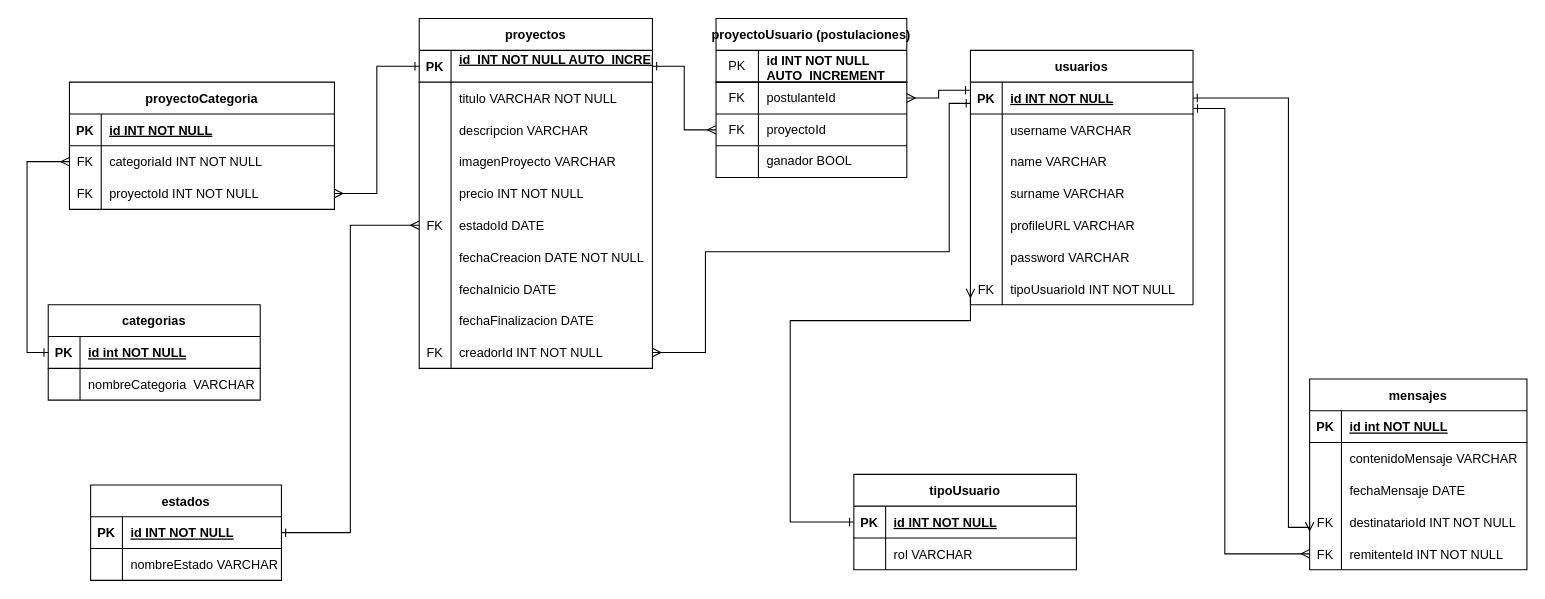
Earlier version of the draw.io diagram docs/Diagrama_ER.drawio (0122CDFSNCN06LAED/grupo-05). Source tidied: cells renumbered, new cells numbered last; positions are measured from the earlier drawing's top-left corner, leaving out a move shared by most shapes. Both pictures are drawn from the tidied source at 106%, with x=0, y=0 at pixel (48, 18).
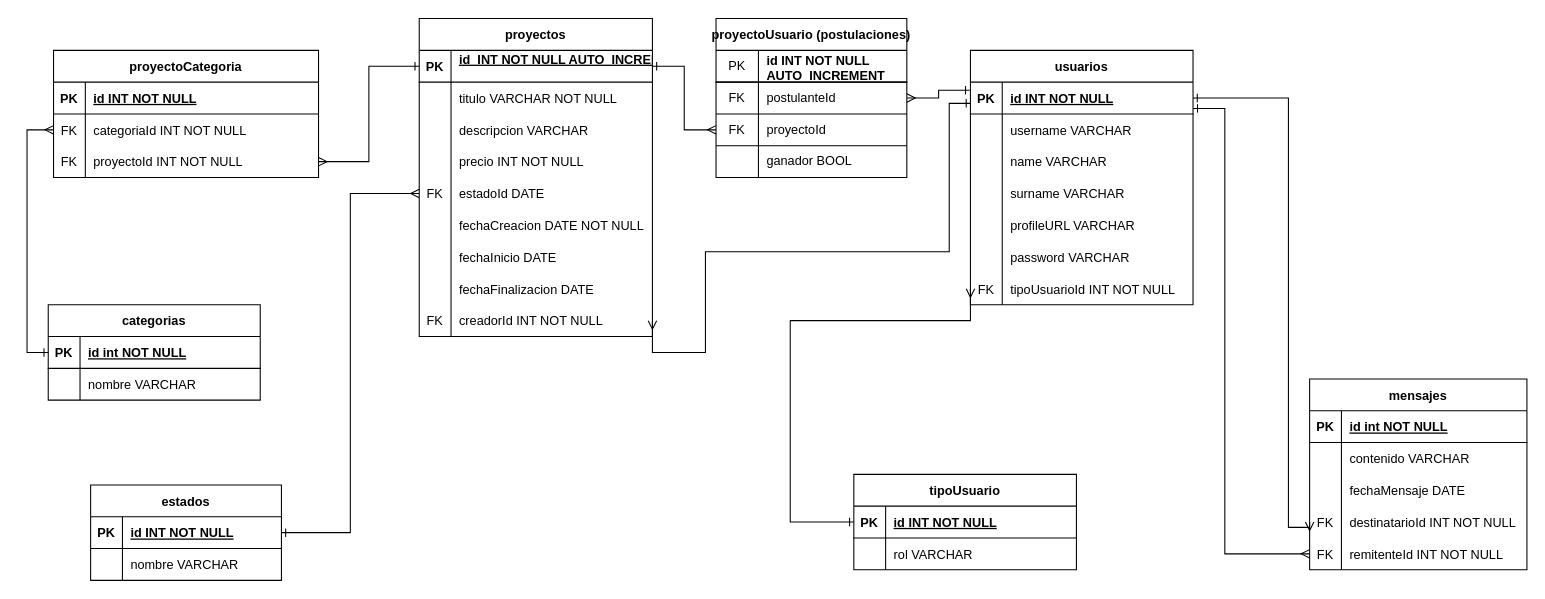
The same diagram, later.

Unchanged cells that the change refers to:
```xml
<mxCell id="76" style="shape=tableRow;horizontal=0;startSize=0;swimlaneHead=0;swimlaneBody=0;fillColor=none;top=0;left=0;right=0;bottom=0;" parent="72" vertex="1">
  <mxGeometry y="60" width="180" height="30" as="geometry" />
</mxCell>
<mxCell id="83" style="shape=tableRow;horizontal=0;startSize=0;swimlaneHead=0;swimlaneBody=0;fillColor=none;top=0;left=0;right=0;bottom=0;" parent="79" vertex="1">
  <mxGeometry y="60" width="200" height="30" as="geometry" />
</mxCell>
<mxCell id="90" style="shape=tableRow;horizontal=0;startSize=0;swimlaneHead=0;swimlaneBody=0;fillColor=none;top=0;left=0;right=0;bottom=0;" parent="86" vertex="1">
  <mxGeometry y="60" width="205" height="30" as="geometry" />
</mxCell>
```

Change to the diagram source:
```diff
@@
     <mxCell id="31" value="proyectos" style="shape=table;startSize=30;childLayout=tableLayout;rowLines=0;fontStyle=1;align=center;" parent="1" vertex="1">
-      <mxGeometry x="350" width="220" height="330" as="geometry" />
+      <mxGeometry x="350" width="220" height="300" as="geometry" />
     </mxCell>
@@
-    <mxCell id="41" style="shape=tableRow;horizontal=0;startSize=0;swimlaneHead=0;swimlaneBody=0;fillColor=none;top=0;left=0;right=0;bottom=0;" parent="31" vertex="1">
-      <mxGeometry y="120" width="220" height="30" as="geometry" />
-    </mxCell>
-    <mxCell id="42" style="shape=partialRectangle;fillColor=none;top=0;left=0;bottom=0;right=0;overflow=hidden;" parent="41" vertex="1">
-      <mxGeometry width="30" height="30" as="geometry" />
-    </mxCell>
-    <mxCell id="43" value="imagenProyecto VARCHAR" style="shape=partialRectangle;fillColor=none;top=0;left=0;bottom=0;right=0;align=left;spacingLeft=6;overflow=hidden;" parent="41" vertex="1">
-      <mxGeometry x="30" width="190" height="30" as="geometry" />
-    </mxCell>
     <mxCell id="44" style="shape=tableRow;horizontal=0;startSize=0;swimlaneHead=0;swimlaneBody=0;fillColor=none;top=0;left=0;right=0;bottom=0;" parent="31" vertex="1">
-      <mxGeometry y="150" width="220" height="30" as="geometry" />
+      <mxGeometry y="120" width="220" height="30" as="geometry" />
     </mxCell>
@@
     <mxCell id="47" style="shape=tableRow;horizontal=0;startSize=0;swimlaneHead=0;swimlaneBody=0;fillColor=none;points=[[0,0.5],[1,0.5]];portConstraint=eastwest;top=0;left=0;right=0;bottom=0;" parent="31" vertex="1">
-      <mxGeometry y="180" width="220" height="30" as="geometry" />
+      <mxGeometry y="150" width="220" height="30" as="geometry" />
     </mxCell>
@@
     <mxCell id="50" style="shape=tableRow;horizontal=0;startSize=0;swimlaneHead=0;swimlaneBody=0;fillColor=none;top=0;left=0;right=0;bottom=0;" parent="31" vertex="1">
-      <mxGeometry y="210" width="220" height="30" as="geometry" />
+      <mxGeometry y="180" width="220" height="30" as="geometry" />
     </mxCell>
@@
     <mxCell id="53" style="shape=tableRow;horizontal=0;startSize=0;swimlaneHead=0;swimlaneBody=0;fillColor=none;top=0;left=0;right=0;bottom=0;" parent="31" vertex="1">
-      <mxGeometry y="240" width="220" height="30" as="geometry" />
+      <mxGeometry y="210" width="220" height="30" as="geometry" />
     </mxCell>
@@
     <mxCell id="56" style="shape=tableRow;horizontal=0;startSize=0;swimlaneHead=0;swimlaneBody=0;fillColor=none;top=0;left=0;right=0;bottom=0;" parent="31" vertex="1">
-      <mxGeometry y="270" width="220" height="30" as="geometry" />
+      <mxGeometry y="240" width="220" height="30" as="geometry" />
     </mxCell>
@@
     <mxCell id="59" style="shape=tableRow;horizontal=0;startSize=0;swimlaneHead=0;swimlaneBody=0;fillColor=none;points=[[0,0.5],[1,0.5]];portConstraint=eastwest;top=0;left=0;right=0;bottom=0;" parent="31" vertex="1">
-      <mxGeometry y="300" width="220" height="30" as="geometry" />
+      <mxGeometry y="270" width="220" height="30" as="geometry" />
     </mxCell>
@@
     <mxCell id="62" value="proyectoCategoria" style="shape=table;startSize=30;childLayout=tableLayout;rowLines=0;fontStyle=1;align=center;" parent="1" vertex="1">
-      <mxGeometry x="20" y="60" width="250" height="120" as="geometry" />
+      <mxGeometry x="5" y="30" width="250" height="120" as="geometry" />
     </mxCell>
@@
-    <mxCell id="78" value="nombreEstado VARCHAR" style="shape=partialRectangle;fillColor=none;top=0;left=0;bottom=0;right=0;align=left;spacingLeft=6;overflow=hidden;" parent="76" vertex="1">
+    <mxCell id="78" value="nombre VARCHAR" style="shape=partialRectangle;fillColor=none;top=0;left=0;bottom=0;right=0;align=left;spacingLeft=6;overflow=hidden;" parent="76" vertex="1">
       <mxGeometry x="30" width="150" height="30" as="geometry" />
     </mxCell>
@@
-    <mxCell id="85" value="nombreCategoria  VARCHAR" style="shape=partialRectangle;fillColor=none;top=0;left=0;bottom=0;right=0;align=left;spacingLeft=6;overflow=hidden;" parent="83" vertex="1">
+    <mxCell id="85" value="nombre VARCHAR" style="shape=partialRectangle;fillColor=none;top=0;left=0;bottom=0;right=0;align=left;spacingLeft=6;overflow=hidden;" parent="83" vertex="1">
       <mxGeometry x="30" width="170" height="30" as="geometry" />
     </mxCell>
@@
-    <mxCell id="92" value="contenidoMensaje VARCHAR" style="shape=partialRectangle;fillColor=none;top=0;left=0;bottom=0;right=0;align=left;spacingLeft=6;overflow=hidden;" parent="90" vertex="1">
+    <mxCell id="92" value="contenido VARCHAR" style="shape=partialRectangle;fillColor=none;top=0;left=0;bottom=0;right=0;align=left;spacingLeft=6;overflow=hidden;" parent="90" vertex="1">
       <mxGeometry x="30" width="175" height="30" as="geometry" />
     </mxCell>
```
